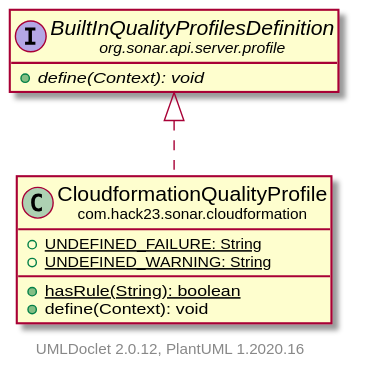
Hack23/sonar-cloudformation-plugin keeps this PlantUML diagram as apidocs/com/hack23/sonar/cloudformation/CloudformationQualityProfile.svg. Above is the earlier version.
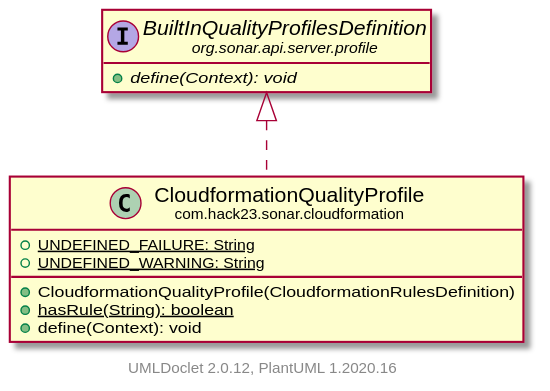
After the change.

The edit, as a diff of the source:
```diff
@@ -6,6 +6,7 @@
     class "<size:14>CloudformationQualityProfile\n<size:10>com.hack23.sonar.cloudformation" as com.hack23.sonar.cloudformation.CloudformationQualityProfile [[CloudformationQualityProfile.html]] {
         {static} +UNDEFINED_FAILURE: String
         {static} +UNDEFINED_WARNING: String
+        +CloudformationQualityProfile(CloudformationRulesDefinition)
         {static} +hasRule(String): boolean
         +define(Context): void
     }
```
